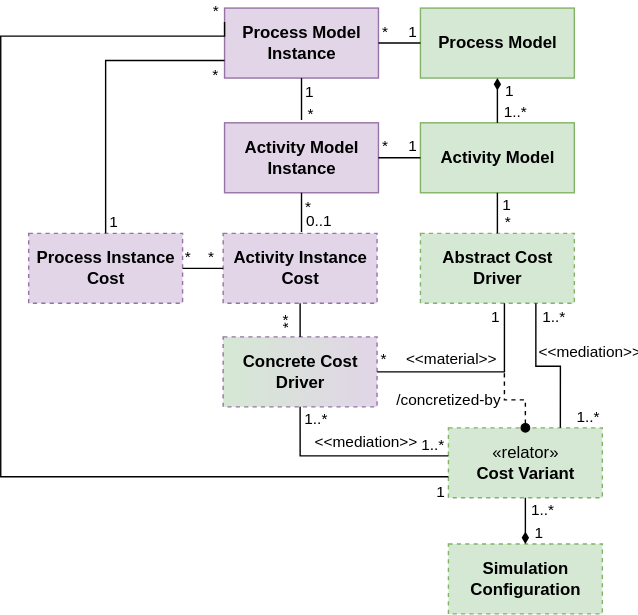
Earlier version of the draw.io export metamodel.svg (fyndalf/master-thesis). Source tidied: cells renumbered, new cells last; positions are measured from the earlier drawing's top-left corner, leaving out a move shared by most shapes.
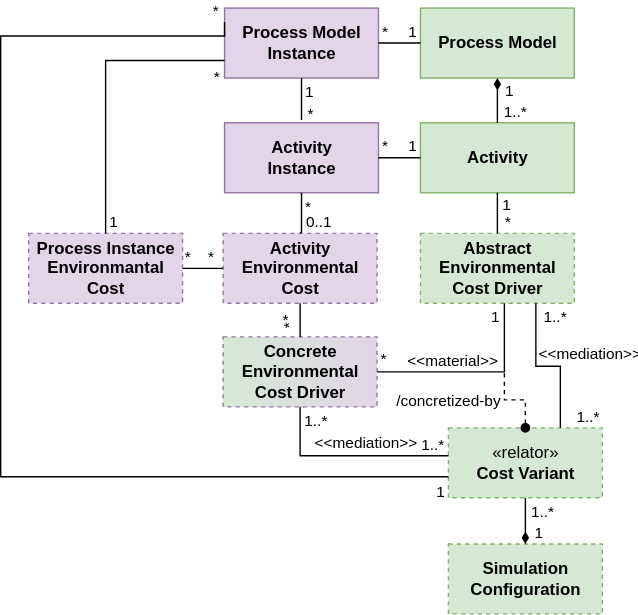
After the commit.

Diff of the diagram source:
```diff
@@ -2,10 +2,10 @@
   <root>
     <mxCell id="0" />
     <mxCell id="1" parent="0" />
-    <mxCell id="2" value="&lt;div&gt;Activity Model&lt;/div&gt;&lt;div&gt;Instance&lt;/div&gt;" style="html=1;fontStyle=1;fillColor=#e1d5e7;strokeColor=#9673a6;" parent="1" vertex="1">
+    <mxCell id="2" value="&lt;div&gt;Activity&lt;br&gt;&lt;/div&gt;&lt;div&gt;Instance&lt;/div&gt;" style="html=1;fontStyle=1;fillColor=#e1d5e7;strokeColor=#9673a6;" parent="1" vertex="1">
       <mxGeometry x="160" y="82" width="110" height="50" as="geometry" />
     </mxCell>
-    <mxCell id="3" value="Activity Model" style="html=1;fontStyle=1;fillColor=#d5e8d4;strokeColor=#82b366;" parent="1" vertex="1">
+    <mxCell id="3" value="Activity" style="html=1;fontStyle=1;fillColor=#d5e8d4;strokeColor=#82b366;" parent="1" vertex="1">
       <mxGeometry x="300" y="82" width="110" height="50" as="geometry" />
     </mxCell>
     <mxCell id="4" value="&lt;span&gt;Process Model&lt;/span&gt;" style="html=1;fontStyle=1;fillColor=#d5e8d4;strokeColor=#82b366;" parent="1" vertex="1">
@@ -14,22 +14,22 @@
     <mxCell id="5" value="&lt;div&gt;&lt;span&gt;Process Model&lt;/span&gt;&lt;/div&gt;&lt;div&gt;&lt;span&gt;Instance&lt;/span&gt;&lt;/div&gt;" style="html=1;fontStyle=1;fillColor=#e1d5e7;strokeColor=#9673a6;" parent="1" vertex="1">
       <mxGeometry x="160" width="110" height="50" as="geometry" />
     </mxCell>
-    <mxCell id="6" value="Abstract Cost&lt;br&gt;Driver" style="html=1;fontStyle=1;fillColor=#d5e8d4;strokeColor=#82b366;dashed=1;" parent="1" vertex="1">
+    <mxCell id="6" value="&lt;div&gt;Abstract&lt;/div&gt;&lt;div&gt;Environmental&lt;/div&gt;&lt;div&gt;Cost Driver&lt;/div&gt;" style="html=1;fontStyle=1;fillColor=#d5e8d4;strokeColor=#82b366;dashed=1;" parent="1" vertex="1">
       <mxGeometry x="300" y="161" width="110" height="50" as="geometry" />
     </mxCell>
-    <mxCell id="7" value="Activity Instance&lt;br&gt;Cost" style="html=1;fontStyle=1;fillColor=#e1d5e7;strokeColor=#9673a6;dashed=1;" parent="1" vertex="1">
+    <mxCell id="7" value="Activity&lt;br&gt;Environmental&lt;br&gt;Cost" style="html=1;fontStyle=1;fillColor=#e1d5e7;strokeColor=#9673a6;dashed=1;" parent="1" vertex="1">
       <mxGeometry x="159" y="161" width="110" height="50" as="geometry" />
     </mxCell>
     <mxCell id="8" value="&lt;span style=&quot;font-weight: normal&quot;&gt;«relator»&lt;/span&gt;&lt;span&gt;&lt;br&gt;Cost Variant&lt;/span&gt;&lt;br&gt;&lt;span&gt;&lt;/span&gt;" style="html=1;fontStyle=1;fillColor=#d5e8d4;strokeColor=#82b366;dashed=1;" parent="1" vertex="1">
       <mxGeometry x="320" y="300" width="110" height="50" as="geometry" />
     </mxCell>
-    <mxCell id="9" value="Concrete Cost&lt;br&gt;Driver" style="html=1;fontStyle=1;fillColor=#e1d5e7;strokeColor=#9673a6;dashed=1;gradientDirection=west;gradientColor=#D5E8D4;" parent="1" vertex="1">
+    <mxCell id="9" value="Concrete&lt;br&gt;&lt;div&gt;Environmental&lt;/div&gt;&lt;div&gt;Cost Driver&lt;/div&gt;" style="html=1;fontStyle=1;fillColor=#e1d5e7;strokeColor=#9673a6;dashed=1;gradientDirection=west;gradientColor=#D5E8D4;" parent="1" vertex="1">
       <mxGeometry x="159" y="235" width="110" height="50" as="geometry" />
     </mxCell>
     <mxCell id="10" value="Simulation&lt;br&gt;Configuration" style="html=1;fontStyle=1;fillColor=#d5e8d4;strokeColor=#82b366;dashed=1;" parent="1" vertex="1">
       <mxGeometry x="320" y="383" width="110" height="50" as="geometry" />
     </mxCell>
-    <mxCell id="11" value="Process Instance&lt;br&gt;Cost" style="html=1;fontStyle=1;fillColor=#e1d5e7;strokeColor=#9673a6;dashed=1;" parent="1" vertex="1">
+    <mxCell id="11" value="Process Instance&lt;br&gt;&lt;div&gt;Environmantal&lt;/div&gt;&lt;div&gt;Cost&lt;/div&gt;" style="html=1;fontStyle=1;fillColor=#e1d5e7;strokeColor=#9673a6;dashed=1;" parent="1" vertex="1">
       <mxGeometry x="20" y="161" width="110" height="50" as="geometry" />
     </mxCell>
     <mxCell id="12" style="endArrow=none;html=1;edgeStyle=orthogonalEdgeStyle;rounded=0;exitX=1;exitY=0.5;exitDx=0;exitDy=0;labelBackgroundColor=none;" parent="1" edge="1" source="9" target="6">
```
